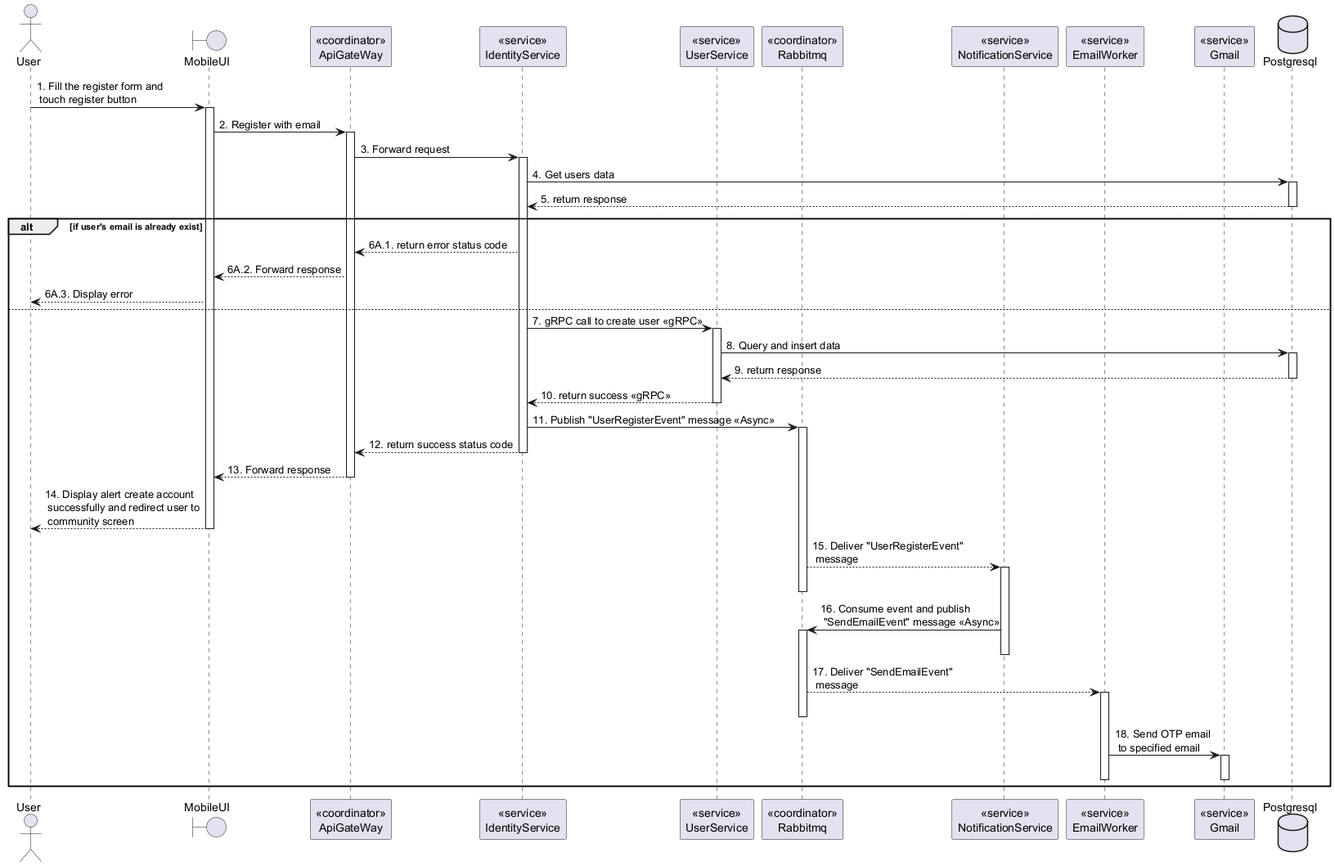
Earlier version of the PlantUML export doc/SDS/Identity/Register/Sequence.png (Carl-Johnsons/tastopia). Its diagram source:
```plantuml
@startuml Sequence
actor User
boundary MobileUI
participant "<<coordinator>>\nApiGateWay" as ApiGateway
participant "<<service>>\nIdentityService" as IdentityService
participant "<<service>>\nUserService"  as UserService
participant "<<coordinator>>\nRabbitmq"  as Rabbitmq
participant "<<service>>\nNotificationService" as NotificationService
participant "<<service>>\nEmailWorker" as EmailWorker
participant "<<service>>\nGmail" as Gmail
database Postgresql

User -> MobileUI++: 1. Fill the register form and \n touch register button
MobileUI -> ApiGateway++: 2. Register with email
ApiGateway -> IdentityService++: 3. Forward request
IdentityService -> Postgresql++: 4. Get users data
IdentityService <-- Postgresql--: 5. return response

alt if user's email is already exist
    ApiGateway <-- IdentityService: 6A.1. return error status code
    MobileUI <-- ApiGateway: 6A.2. Forward response
    User <-- MobileUI: 6A.3. Display error
else
    IdentityService -> UserService++: 7. gRPC call to create user <<gRPC>>
    UserService -> Postgresql++: 8. Query and insert data
    UserService <-- Postgresql--: 9. return response
    IdentityService <-- UserService--: 10. return success <<gRPC>>

    IdentityService -> Rabbitmq++: 11. Publish "UserRegisterEvent" message <<Async>>
    ApiGateway <-- IdentityService--: 12. return success status code
    MobileUI <-- ApiGateway--: 13. Forward response
    User <-- MobileUI--: 14. Display alert create account\n successfully and redirect user to\n community screen

    Rabbitmq --> NotificationService++: 15. Deliver "UserRegisterEvent"\n message
    deactivate Rabbitmq
    NotificationService -> Rabbitmq++: 16. Consume event and publish \n "SendEmailEvent" message <<Async>>
    deactivate NotificationService
    Rabbitmq --> EmailWorker++: 17. Deliver "SendEmailEvent"\n message
    deactivate Rabbitmq
    EmailWorker -> Gmail++: 18. Send OTP email\n to specified email
    deactivate EmailWorker
    deactivate Gmail
end

@enduml
```
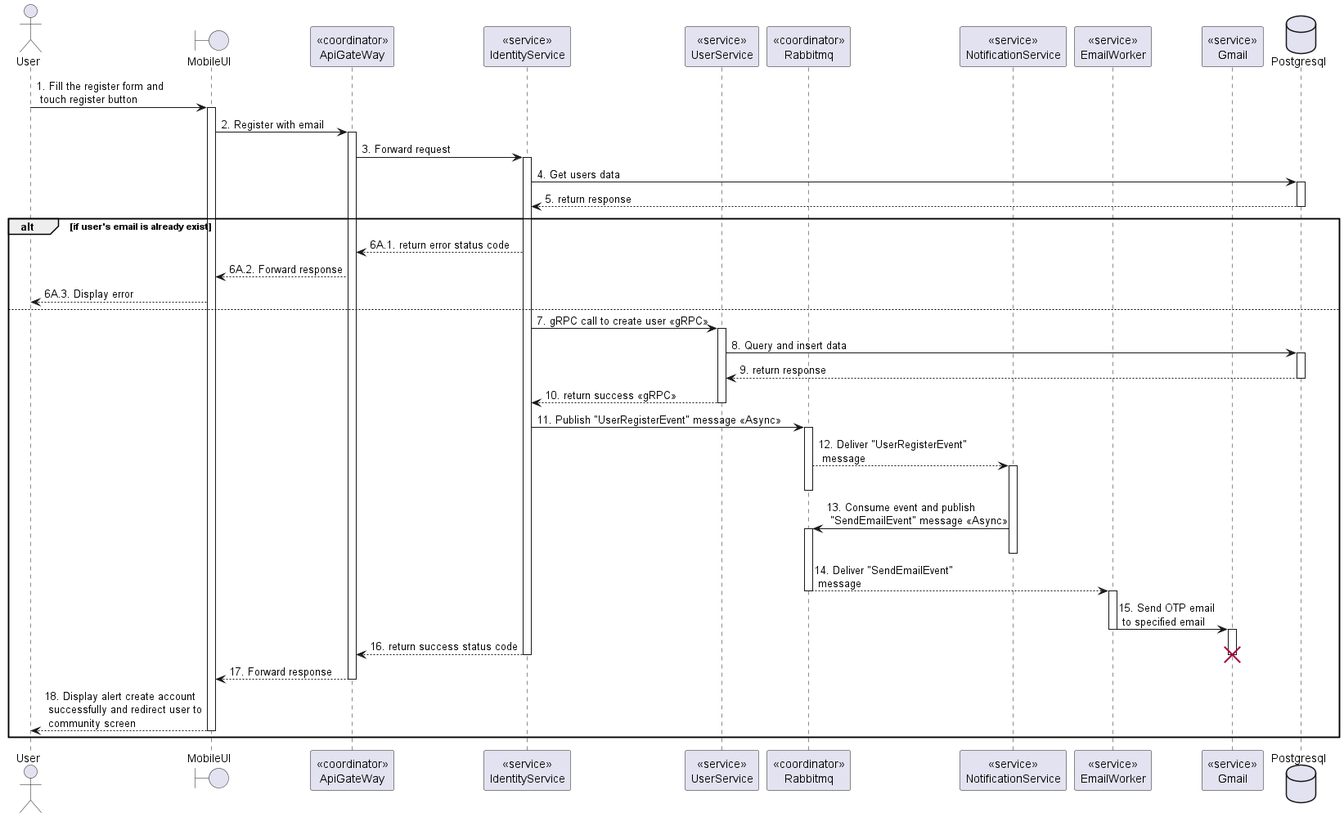
The same file after the commit.

Commit message:
doc: add register class diagram

What changed in the source:
```diff
@@ -27,19 +27,23 @@
     IdentityService <-- UserService--: 10. return success <<gRPC>>
 
     IdentityService -> Rabbitmq++: 11. Publish "UserRegisterEvent" message <<Async>>
-    ApiGateway <-- IdentityService--: 12. return success status code
-    MobileUI <-- ApiGateway--: 13. Forward response
-    User <-- MobileUI--: 14. Display alert create account\n successfully and redirect user to\n community screen
-
-    Rabbitmq --> NotificationService++: 15. Deliver "UserRegisterEvent"\n message
+    Rabbitmq --> NotificationService: 12. Deliver "UserRegisterEvent"\n message
+    activate NotificationService
     deactivate Rabbitmq
-    NotificationService -> Rabbitmq++: 16. Consume event and publish \n "SendEmailEvent" message <<Async>>
+    NotificationService -> Rabbitmq: 13. Consume event and publish \n "SendEmailEvent" message <<Async>>
+    activate Rabbitmq
     deactivate NotificationService
-    Rabbitmq --> EmailWorker++: 17. Deliver "SendEmailEvent"\n message
+    Rabbitmq --> EmailWorker: 14. Deliver "SendEmailEvent"\n message
     deactivate Rabbitmq
-    EmailWorker -> Gmail++: 18. Send OTP email\n to specified email
+    activate EmailWorker
+    EmailWorker -> Gmail: 15. Send OTP email\n to specified email
     deactivate EmailWorker
+    activate Gmail
+    ApiGateway <-- IdentityService--: 16. return success status code
     deactivate Gmail
+    destroy Gmail
+    MobileUI <-- ApiGateway--: 17. Forward response
+    User <-- MobileUI--: 18. Display alert create account\n successfully and redirect user to\n community screen
 end
 
 @enduml
```
